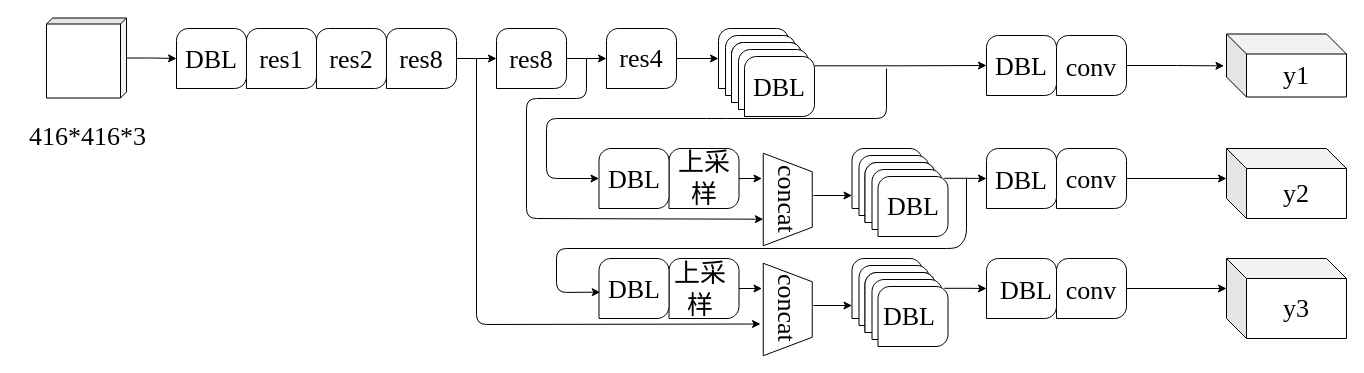
Earlier version of the draw.io diagram yolov3.drawio (ByronGe/ff). Source tidied: cells renumbered, new cells numbered last; positions are measured from the earlier drawing's top-left corner, leaving out a move shared by most shapes. Both pictures are drawn from the tidied source at 100%, with x=0, y=0 at pixel (22, 18).
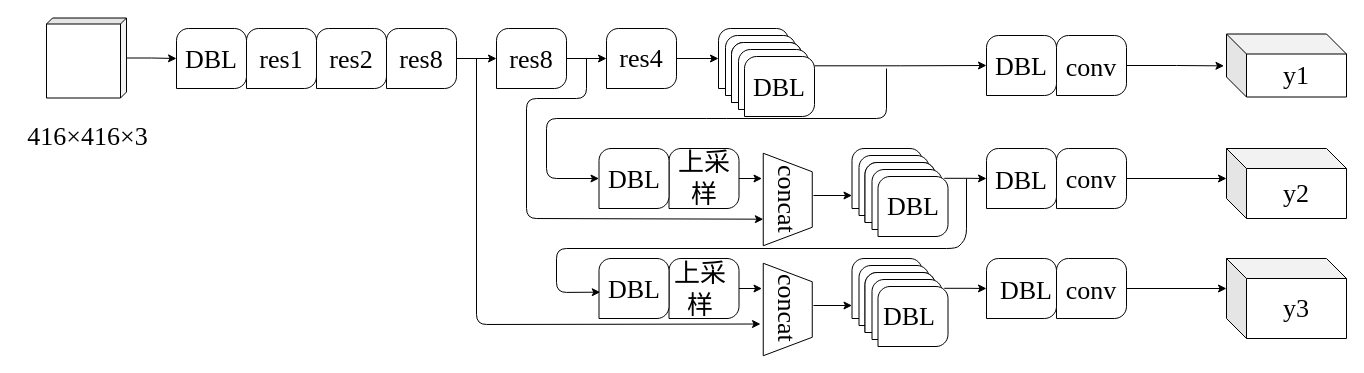
The same diagram, later.

What changed in the source:
```diff
@@
-    <mxCell id="81" value="416*416*3" style="text;html=1;align=center;verticalAlign=middle;fontSize=26;fontFamily=Times New Roman;" parent="1" vertex="1">
-      <mxGeometry y="98" width="130" height="40" as="geometry" />
+    <mxCell id="81" value="416×416×3" style="text;html=1;align=center;verticalAlign=middle;fontSize=26;fontFamily=Times New Roman;" parent="1" vertex="1">
+      <mxGeometry x="-5" y="98" width="140" height="40" as="geometry" />
     </mxCell>
```
